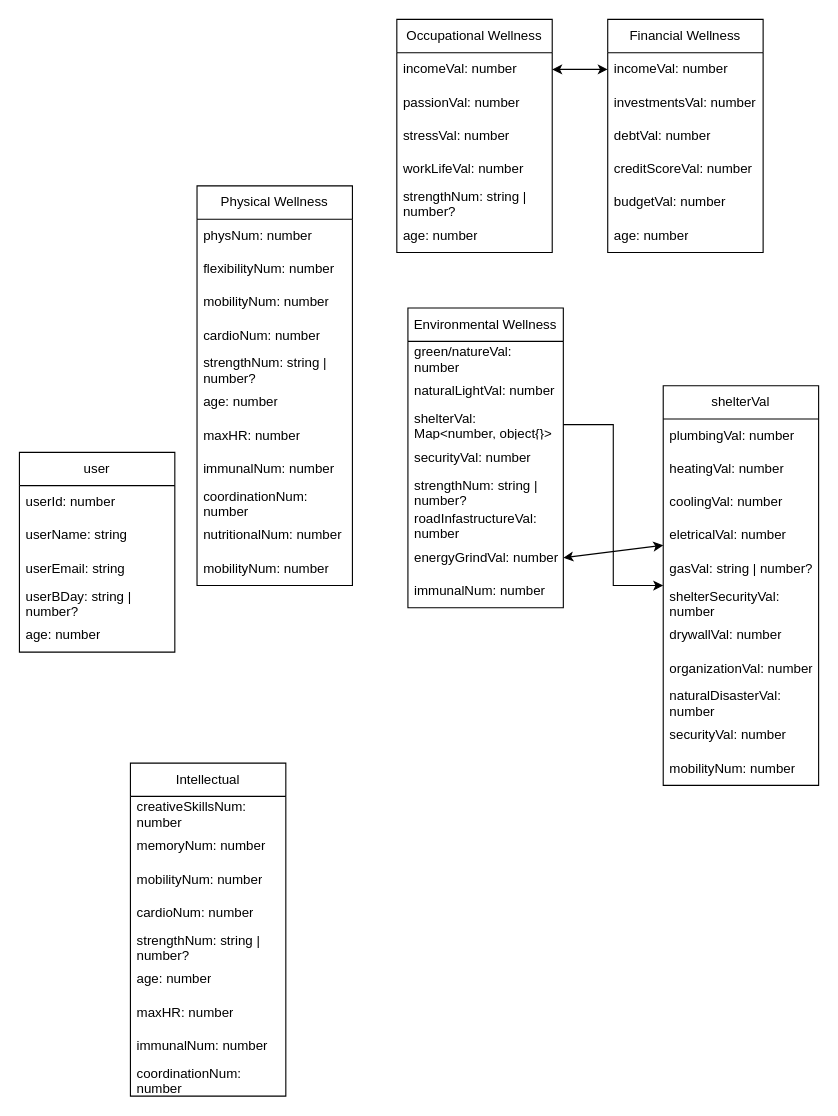
Before: mainDiagram.drawio in Jparl0/Holistic-Health-Handbook, a draw.io diagram. Source tidied: cells renumbered, new cells numbered last; positions are measured from the earlier drawing's top-left corner, leaving out a move shared by most shapes. Both pictures are drawn from the tidied source at 111%, with x=0, y=0 at pixel (19, 19).
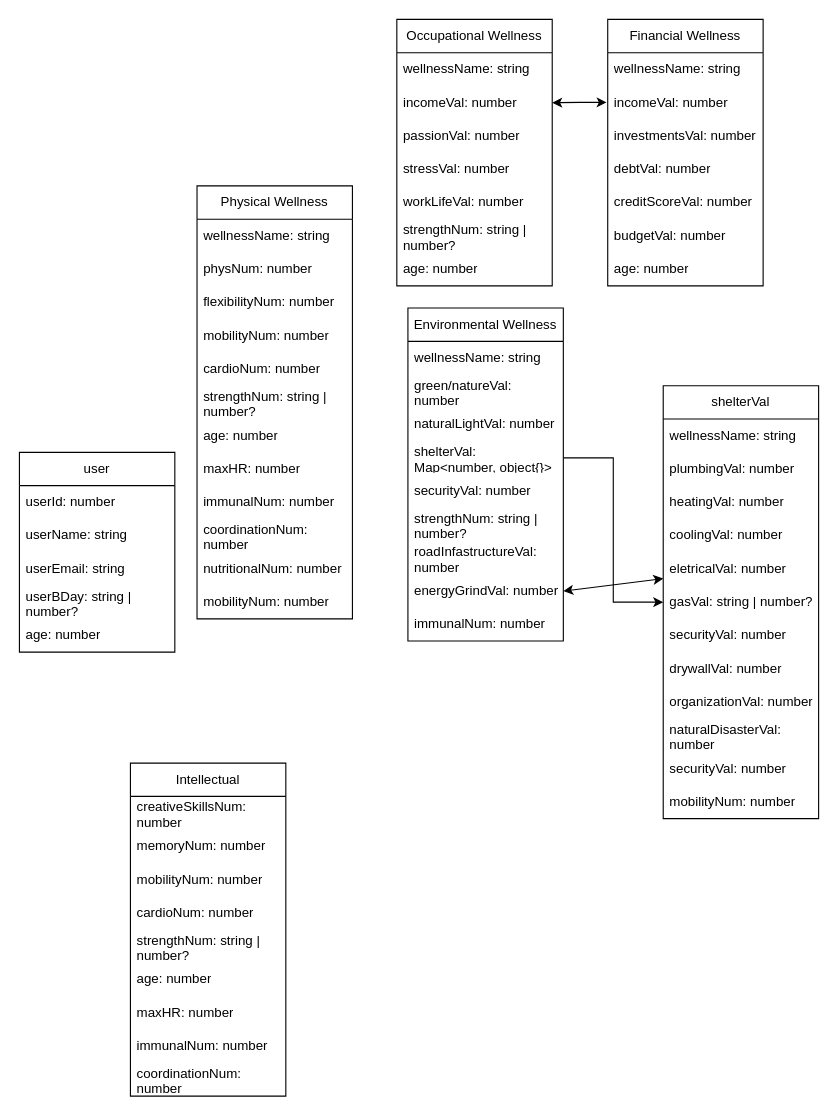
The same diagram, later.

Diff of the diagram source:
```diff
@@
     <mxCell id="8" value="Physical Wellness" style="swimlane;fontStyle=0;horizontal=1;startSize=30;whiteSpace=wrap;html=1;" parent="1" vertex="1">
-      <mxGeometry x="160" y="150" width="140" height="360" as="geometry" />
+      <mxGeometry x="160" y="150" width="140" height="390" as="geometry" />
     </mxCell>
+    <mxCell id="68" value="wellnessName: string" style="text;strokeColor=none;fillColor=none;align=left;verticalAlign=middle;spacingLeft=4;spacingRight=4;overflow=hidden;whiteSpace=wrap;html=1;" parent="8" vertex="1">
+      <mxGeometry y="30" width="140" height="30" as="geometry" />
+    </mxCell>
     <mxCell id="9" value="physNum: number" style="text;strokeColor=none;fillColor=none;align=left;verticalAlign=middle;spacingLeft=4;spacingRight=4;overflow=hidden;whiteSpace=wrap;html=1;" parent="8" vertex="1">
-      <mxGeometry y="30" width="140" height="30" as="geometry" />
+      <mxGeometry y="60" width="140" height="30" as="geometry" />
     </mxCell>
     <mxCell id="10" value="flexibilityNum: number" style="text;strokeColor=none;fillColor=none;align=left;verticalAlign=middle;spacingLeft=4;spacingRight=4;overflow=hidden;whiteSpace=wrap;html=1;" parent="8" vertex="1">
-      <mxGeometry y="60" width="140" height="30" as="geometry" />
+      <mxGeometry y="90" width="140" height="30" as="geometry" />
     </mxCell>
     <mxCell id="11" value="&lt;div&gt;mobilityNum: number&lt;br&gt;&lt;/div&gt;" style="text;strokeColor=none;fillColor=none;align=left;verticalAlign=middle;spacingLeft=4;spacingRight=4;overflow=hidden;whiteSpace=wrap;html=1;" parent="8" vertex="1">
-      <mxGeometry y="90" width="140" height="30" as="geometry" />
+      <mxGeometry y="120" width="140" height="30" as="geometry" />
     </mxCell>
     <mxCell id="12" value="cardioNum: number" style="text;strokeColor=none;fillColor=none;align=left;verticalAlign=middle;spacingLeft=4;spacingRight=4;overflow=hidden;whiteSpace=wrap;html=1;" parent="8" vertex="1">
-      <mxGeometry y="120" width="140" height="30" as="geometry" />
+      <mxGeometry y="150" width="140" height="30" as="geometry" />
     </mxCell>
     <mxCell id="13" value="strengthNum: string | number?" style="text;strokeColor=none;fillColor=none;align=left;verticalAlign=middle;spacingLeft=4;spacingRight=4;overflow=hidden;whiteSpace=wrap;html=1;" parent="8" vertex="1">
-      <mxGeometry y="150" width="140" height="30" as="geometry" />
+      <mxGeometry y="180" width="140" height="30" as="geometry" />
     </mxCell>
     <mxCell id="14" value="age: number" style="text;strokeColor=none;fillColor=none;align=left;verticalAlign=middle;spacingLeft=4;spacingRight=4;overflow=hidden;whiteSpace=wrap;html=1;" parent="8" vertex="1">
-      <mxGeometry y="180" width="140" height="30" as="geometry" />
+      <mxGeometry y="210" width="140" height="30" as="geometry" />
     </mxCell>
     <mxCell id="15" value="maxHR: number" style="text;strokeColor=none;fillColor=none;align=left;verticalAlign=middle;spacingLeft=4;spacingRight=4;overflow=hidden;whiteSpace=wrap;html=1;" parent="8" vertex="1">
-      <mxGeometry y="210" width="140" height="30" as="geometry" />
+      <mxGeometry y="240" width="140" height="30" as="geometry" />
     </mxCell>
     <mxCell id="16" value="immunalNum: number" style="text;strokeColor=none;fillColor=none;align=left;verticalAlign=middle;spacingLeft=4;spacingRight=4;overflow=hidden;whiteSpace=wrap;html=1;" parent="8" vertex="1">
-      <mxGeometry y="240" width="140" height="30" as="geometry" />
+      <mxGeometry y="270" width="140" height="30" as="geometry" />
     </mxCell>
     <mxCell id="17" value="coordinationNum: number" style="text;strokeColor=none;fillColor=none;align=left;verticalAlign=middle;spacingLeft=4;spacingRight=4;overflow=hidden;whiteSpace=wrap;html=1;" parent="8" vertex="1">
-      <mxGeometry y="270" width="140" height="30" as="geometry" />
+      <mxGeometry y="300" width="140" height="30" as="geometry" />
     </mxCell>
     <mxCell id="18" value="nutritionalNum: number" style="text;strokeColor=none;fillColor=none;align=left;verticalAlign=middle;spacingLeft=4;spacingRight=4;overflow=hidden;whiteSpace=wrap;html=1;" parent="8" vertex="1">
-      <mxGeometry y="300" width="140" height="30" as="geometry" />
+      <mxGeometry y="330" width="140" height="30" as="geometry" />
     </mxCell>
     <mxCell id="19" value="&lt;div&gt;mobilityNum: number&lt;br&gt;&lt;/div&gt;" style="text;strokeColor=none;fillColor=none;align=left;verticalAlign=middle;spacingLeft=4;spacingRight=4;overflow=hidden;whiteSpace=wrap;html=1;" parent="8" vertex="1">
-      <mxGeometry y="330" width="140" height="30" as="geometry" />
+      <mxGeometry y="360" width="140" height="30" as="geometry" />
     </mxCell>
@@
     <mxCell id="30" value="Occupational Wellness" style="swimlane;fontStyle=0;horizontal=1;startSize=30;whiteSpace=wrap;html=1;" parent="1" vertex="1">
-      <mxGeometry x="340" width="140" height="210" as="geometry" />
+      <mxGeometry x="340" width="140" height="240" as="geometry" />
     </mxCell>
-    <mxCell id="31" value="incomeVal: number" style="text;strokeColor=none;fillColor=none;align=left;verticalAlign=middle;spacingLeft=4;spacingRight=4;overflow=hidden;points=[[0,0.5],[1,0.5]];portConstraint=eastwest;whiteSpace=wrap;html=1;" parent="30" vertex="1">
+    <mxCell id="31" value="wellnessName: string" style="text;strokeColor=none;fillColor=none;align=left;verticalAlign=middle;spacingLeft=4;spacingRight=4;overflow=hidden;points=[[0,0.5],[1,0.5]];portConstraint=eastwest;whiteSpace=wrap;html=1;" parent="30" vertex="1">
       <mxGeometry y="30" width="140" height="30" as="geometry" />
     </mxCell>
+    <mxCell id="69" value="incomeVal: number" style="text;strokeColor=none;fillColor=none;align=left;verticalAlign=middle;spacingLeft=4;spacingRight=4;overflow=hidden;points=[[0,0.5],[1,0.5]];portConstraint=eastwest;whiteSpace=wrap;html=1;" parent="30" vertex="1">
+      <mxGeometry y="60" width="140" height="30" as="geometry" />
+    </mxCell>
     <mxCell id="32" value="passionVal: number" style="text;strokeColor=none;fillColor=none;align=left;verticalAlign=middle;spacingLeft=4;spacingRight=4;overflow=hidden;whiteSpace=wrap;html=1;" parent="30" vertex="1">
-      <mxGeometry y="60" width="140" height="30" as="geometry" />
+      <mxGeometry y="90" width="140" height="30" as="geometry" />
     </mxCell>
     <mxCell id="33" value="&lt;div&gt;stressVal: number&lt;br&gt;&lt;/div&gt;" style="text;strokeColor=none;fillColor=none;align=left;verticalAlign=middle;spacingLeft=4;spacingRight=4;overflow=hidden;whiteSpace=wrap;html=1;" parent="30" vertex="1">
-      <mxGeometry y="90" width="140" height="30" as="geometry" />
+      <mxGeometry y="120" width="140" height="30" as="geometry" />
     </mxCell>
     <mxCell id="34" value="workLifeVal: number" style="text;strokeColor=none;fillColor=none;align=left;verticalAlign=middle;spacingLeft=4;spacingRight=4;overflow=hidden;whiteSpace=wrap;html=1;" parent="30" vertex="1">
-      <mxGeometry y="120" width="140" height="30" as="geometry" />
+      <mxGeometry y="150" width="140" height="30" as="geometry" />
     </mxCell>
     <mxCell id="35" value="strengthNum: string | number?" style="text;strokeColor=none;fillColor=none;align=left;verticalAlign=middle;spacingLeft=4;spacingRight=4;overflow=hidden;whiteSpace=wrap;html=1;" parent="30" vertex="1">
-      <mxGeometry y="150" width="140" height="30" as="geometry" />
+      <mxGeometry y="180" width="140" height="30" as="geometry" />
     </mxCell>
     <mxCell id="36" value="age: number" style="text;strokeColor=none;fillColor=none;align=left;verticalAlign=middle;spacingLeft=4;spacingRight=4;overflow=hidden;whiteSpace=wrap;html=1;" parent="30" vertex="1">
-      <mxGeometry y="180" width="140" height="30" as="geometry" />
+      <mxGeometry y="210" width="140" height="30" as="geometry" />
     </mxCell>
     <mxCell id="37" value="shelterVal" style="swimlane;fontStyle=0;horizontal=1;startSize=30;whiteSpace=wrap;html=1;" parent="1" vertex="1">
-      <mxGeometry x="580" y="330" width="140" height="360" as="geometry" />
+      <mxGeometry x="580" y="330" width="140" height="390" as="geometry" />
     </mxCell>
-    <mxCell id="38" value="plumbingVal: number" style="text;strokeColor=none;fillColor=none;align=left;verticalAlign=middle;spacingLeft=4;spacingRight=4;overflow=hidden;whiteSpace=wrap;html=1;" parent="37" vertex="1">
+    <mxCell id="38" value="wellnessName: string" style="text;strokeColor=none;fillColor=none;align=left;verticalAlign=middle;spacingLeft=4;spacingRight=4;overflow=hidden;whiteSpace=wrap;html=1;" parent="37" vertex="1">
       <mxGeometry y="30" width="140" height="30" as="geometry" />
     </mxCell>
+    <mxCell id="70" value="plumbingVal: number" style="text;strokeColor=none;fillColor=none;align=left;verticalAlign=middle;spacingLeft=4;spacingRight=4;overflow=hidden;whiteSpace=wrap;html=1;" parent="37" vertex="1">
+      <mxGeometry y="60" width="140" height="30" as="geometry" />
+    </mxCell>
     <mxCell id="39" value="heatingVal: number" style="text;strokeColor=none;fillColor=none;align=left;verticalAlign=middle;spacingLeft=4;spacingRight=4;overflow=hidden;whiteSpace=wrap;html=1;" parent="37" vertex="1">
-      <mxGeometry y="60" width="140" height="30" as="geometry" />
+      <mxGeometry y="90" width="140" height="30" as="geometry" />
     </mxCell>
     <mxCell id="40" value="&lt;div&gt;coolingVal: number&lt;br&gt;&lt;/div&gt;" style="text;strokeColor=none;fillColor=none;align=left;verticalAlign=middle;spacingLeft=4;spacingRight=4;overflow=hidden;whiteSpace=wrap;html=1;" parent="37" vertex="1">
-      <mxGeometry y="90" width="140" height="30" as="geometry" />
+      <mxGeometry y="120" width="140" height="30" as="geometry" />
     </mxCell>
     <mxCell id="41" value="eletricalVal: number" style="text;strokeColor=none;fillColor=none;align=left;verticalAlign=middle;spacingLeft=4;spacingRight=4;overflow=hidden;points=[[0,0.5],[1,0.5]];portConstraint=eastwest;whiteSpace=wrap;html=1;" parent="37" vertex="1">
-      <mxGeometry y="120" width="140" height="30" as="geometry" />
+      <mxGeometry y="150" width="140" height="30" as="geometry" />
     </mxCell>
     <mxCell id="42" value="gasVal: string | number?" style="text;strokeColor=none;fillColor=none;align=left;verticalAlign=middle;spacingLeft=4;spacingRight=4;overflow=hidden;whiteSpace=wrap;html=1;" parent="37" vertex="1">
-      <mxGeometry y="150" width="140" height="30" as="geometry" />
+      <mxGeometry y="180" width="140" height="30" as="geometry" />
     </mxCell>
-    <mxCell id="43" value="shelterSecurityVal: number" style="text;strokeColor=none;fillColor=none;align=left;verticalAlign=middle;spacingLeft=4;spacingRight=4;overflow=hidden;whiteSpace=wrap;html=1;" parent="37" vertex="1">
-      <mxGeometry y="180" width="140" height="30" as="geometry" />
+    <mxCell id="43" value="securityVal: number" style="text;strokeColor=none;fillColor=none;align=left;verticalAlign=middle;spacingLeft=4;spacingRight=4;overflow=hidden;whiteSpace=wrap;html=1;" parent="37" vertex="1">
+      <mxGeometry y="210" width="140" height="30" as="geometry" />
     </mxCell>
     <mxCell id="44" value="drywallVal: number" style="text;strokeColor=none;fillColor=none;align=left;verticalAlign=middle;spacingLeft=4;spacingRight=4;overflow=hidden;whiteSpace=wrap;html=1;" parent="37" vertex="1">
-      <mxGeometry y="210" width="140" height="30" as="geometry" />
+      <mxGeometry y="240" width="140" height="30" as="geometry" />
     </mxCell>
     <mxCell id="45" value="organizationVal: number" style="text;strokeColor=none;fillColor=none;align=left;verticalAlign=middle;spacingLeft=4;spacingRight=4;overflow=hidden;whiteSpace=wrap;html=1;" parent="37" vertex="1">
-      <mxGeometry y="240" width="140" height="30" as="geometry" />
+      <mxGeometry y="270" width="140" height="30" as="geometry" />
     </mxCell>
     <mxCell id="46" value="naturalDisasterVal: number" style="text;strokeColor=none;fillColor=none;align=left;verticalAlign=middle;spacingLeft=4;spacingRight=4;overflow=hidden;whiteSpace=wrap;html=1;" parent="37" vertex="1">
-      <mxGeometry y="270" width="140" height="30" as="geometry" />
+      <mxGeometry y="300" width="140" height="30" as="geometry" />
     </mxCell>
     <mxCell id="47" value="securityVal: number" style="text;strokeColor=none;fillColor=none;align=left;verticalAlign=middle;spacingLeft=4;spacingRight=4;overflow=hidden;whiteSpace=wrap;html=1;" parent="37" vertex="1">
-      <mxGeometry y="300" width="140" height="30" as="geometry" />
+      <mxGeometry y="330" width="140" height="30" as="geometry" />
     </mxCell>
     <mxCell id="48" value="&lt;div&gt;mobilityNum: number&lt;br&gt;&lt;/div&gt;" style="text;strokeColor=none;fillColor=none;align=left;verticalAlign=middle;spacingLeft=4;spacingRight=4;overflow=hidden;whiteSpace=wrap;html=1;" parent="37" vertex="1">
-      <mxGeometry y="330" width="140" height="30" as="geometry" />
+      <mxGeometry y="360" width="140" height="30" as="geometry" />
     </mxCell>
     <mxCell id="49" value="Environmental Wellness" style="swimlane;fontStyle=0;horizontal=1;startSize=30;whiteSpace=wrap;html=1;" parent="1" vertex="1">
-      <mxGeometry x="350" y="260" width="140" height="270" as="geometry" />
+      <mxGeometry x="350" y="260" width="140" height="300" as="geometry" />
     </mxCell>
-    <mxCell id="50" value="green/natureVal: number" style="text;strokeColor=none;fillColor=none;align=left;verticalAlign=middle;spacingLeft=4;spacingRight=4;overflow=hidden;whiteSpace=wrap;html=1;" parent="49" vertex="1">
+    <mxCell id="50" value="wellnessName: string" style="text;strokeColor=none;fillColor=none;align=left;verticalAlign=middle;spacingLeft=4;spacingRight=4;overflow=hidden;whiteSpace=wrap;html=1;" parent="49" vertex="1">
       <mxGeometry y="30" width="140" height="30" as="geometry" />
     </mxCell>
+    <mxCell id="71" value="green/natureVal: number" style="text;strokeColor=none;fillColor=none;align=left;verticalAlign=middle;spacingLeft=4;spacingRight=4;overflow=hidden;whiteSpace=wrap;html=1;" parent="49" vertex="1">
+      <mxGeometry y="60" width="140" height="30" as="geometry" />
+    </mxCell>
     <mxCell id="51" value="naturalLightVal: number" style="text;strokeColor=none;fillColor=none;align=left;verticalAlign=middle;spacingLeft=4;spacingRight=4;overflow=hidden;whiteSpace=wrap;html=1;" parent="49" vertex="1">
-      <mxGeometry y="60" width="140" height="30" as="geometry" />
+      <mxGeometry y="90" width="140" height="30" as="geometry" />
     </mxCell>
     <mxCell id="52" value="&lt;div&gt;shelterVal: Map&amp;lt;number, object{}&amp;gt;&lt;br&gt;&lt;/div&gt;" style="text;strokeColor=none;fillColor=none;align=left;verticalAlign=middle;spacingLeft=4;spacingRight=4;overflow=hidden;points=[[0,0.5],[1,0.5]];portConstraint=eastwest;whiteSpace=wrap;html=1;" parent="49" vertex="1">
-      <mxGeometry y="90" width="140" height="30" as="geometry" />
+      <mxGeometry y="120" width="140" height="30" as="geometry" />
     </mxCell>
     <mxCell id="53" value="securityVal: number" style="text;strokeColor=none;fillColor=none;align=left;verticalAlign=middle;spacingLeft=4;spacingRight=4;overflow=hidden;whiteSpace=wrap;html=1;" parent="49" vertex="1">
-      <mxGeometry y="120" width="140" height="30" as="geometry" />
+      <mxGeometry y="150" width="140" height="30" as="geometry" />
     </mxCell>
     <mxCell id="54" value="strengthNum: string | number?" style="text;strokeColor=none;fillColor=none;align=left;verticalAlign=middle;spacingLeft=4;spacingRight=4;overflow=hidden;whiteSpace=wrap;html=1;" parent="49" vertex="1">
-      <mxGeometry y="150" width="140" height="30" as="geometry" />
+      <mxGeometry y="180" width="140" height="30" as="geometry" />
     </mxCell>
     <mxCell id="55" value="roadInfastructureVal: number" style="text;strokeColor=none;fillColor=none;align=left;verticalAlign=middle;spacingLeft=4;spacingRight=4;overflow=hidden;whiteSpace=wrap;html=1;" parent="49" vertex="1">
-      <mxGeometry y="180" width="140" height="30" as="geometry" />
+      <mxGeometry y="210" width="140" height="30" as="geometry" />
     </mxCell>
     <mxCell id="56" value="energyGrindVal: number" style="text;strokeColor=none;fillColor=none;align=left;verticalAlign=middle;spacingLeft=4;spacingRight=4;overflow=hidden;points=[[0,0.5],[1,0.5]];portConstraint=eastwest;whiteSpace=wrap;html=1;" parent="49" vertex="1">
-      <mxGeometry y="210" width="140" height="30" as="geometry" />
+      <mxGeometry y="240" width="140" height="30" as="geometry" />
     </mxCell>
     <mxCell id="57" value="immunalNum: number" style="text;strokeColor=none;fillColor=none;align=left;verticalAlign=middle;spacingLeft=4;spacingRight=4;overflow=hidden;whiteSpace=wrap;html=1;" parent="49" vertex="1">
-      <mxGeometry y="240" width="140" height="30" as="geometry" />
+      <mxGeometry y="270" width="140" height="30" as="geometry" />
     </mxCell>
@@
     <mxCell id="60" value="Financial Wellness" style="swimlane;fontStyle=0;horizontal=1;startSize=30;whiteSpace=wrap;html=1;" parent="1" vertex="1">
-      <mxGeometry x="530" width="140" height="210" as="geometry" />
+      <mxGeometry x="530" width="140" height="240" as="geometry" />
     </mxCell>
-    <mxCell id="61" value="incomeVal: number" style="text;strokeColor=none;fillColor=none;align=left;verticalAlign=middle;spacingLeft=4;spacingRight=4;overflow=hidden;points=[[0,0.5],[1,0.5]];portConstraint=eastwest;whiteSpace=wrap;html=1;" parent="60" vertex="1">
+    <mxCell id="61" value="wellnessName: string" style="text;strokeColor=none;fillColor=none;align=left;verticalAlign=middle;spacingLeft=4;spacingRight=4;overflow=hidden;points=[[0,0.5],[1,0.5]];portConstraint=eastwest;whiteSpace=wrap;html=1;" parent="60" vertex="1">
       <mxGeometry y="30" width="140" height="30" as="geometry" />
     </mxCell>
+    <mxCell id="72" value="incomeVal: number" style="text;strokeColor=none;fillColor=none;align=left;verticalAlign=middle;spacingLeft=4;spacingRight=4;overflow=hidden;points=[[0,0.5],[1,0.5]];portConstraint=eastwest;whiteSpace=wrap;html=1;" parent="60" vertex="1">
+      <mxGeometry y="60" width="140" height="30" as="geometry" />
+    </mxCell>
     <mxCell id="62" value="investmentsVal: number" style="text;strokeColor=none;fillColor=none;align=left;verticalAlign=middle;spacingLeft=4;spacingRight=4;overflow=hidden;whiteSpace=wrap;html=1;" parent="60" vertex="1">
-      <mxGeometry y="60" width="140" height="30" as="geometry" />
+      <mxGeometry y="90" width="140" height="30" as="geometry" />
     </mxCell>
     <mxCell id="63" value="&lt;div&gt;debtVal: number&lt;br&gt;&lt;/div&gt;" style="text;strokeColor=none;fillColor=none;align=left;verticalAlign=middle;spacingLeft=4;spacingRight=4;overflow=hidden;whiteSpace=wrap;html=1;" parent="60" vertex="1">
-      <mxGeometry y="90" width="140" height="30" as="geometry" />
+      <mxGeometry y="120" width="140" height="30" as="geometry" />
     </mxCell>
     <mxCell id="64" value="creditScoreVal: number" style="text;strokeColor=none;fillColor=none;align=left;verticalAlign=middle;spacingLeft=4;spacingRight=4;overflow=hidden;whiteSpace=wrap;html=1;" parent="60" vertex="1">
-      <mxGeometry y="120" width="140" height="30" as="geometry" />
+      <mxGeometry y="150" width="140" height="30" as="geometry" />
     </mxCell>
     <mxCell id="65" value="budgetVal: number" style="text;strokeColor=none;fillColor=none;align=left;verticalAlign=middle;spacingLeft=4;spacingRight=4;overflow=hidden;whiteSpace=wrap;html=1;" parent="60" vertex="1">
-      <mxGeometry y="150" width="140" height="30" as="geometry" />
+      <mxGeometry y="180" width="140" height="30" as="geometry" />
     </mxCell>
     <mxCell id="66" value="age: number" style="text;strokeColor=none;fillColor=none;align=left;verticalAlign=middle;spacingLeft=4;spacingRight=4;overflow=hidden;whiteSpace=wrap;html=1;" parent="60" vertex="1">
-      <mxGeometry y="180" width="140" height="30" as="geometry" />
+      <mxGeometry y="210" width="140" height="30" as="geometry" />
     </mxCell>
-    <mxCell id="67" style="edgeStyle=orthogonalEdgeStyle;rounded=0;jettySize=auto;html=1;exitX=0;exitY=0.5;exitDx=0;exitDy=0;entryX=1;entryY=0.5;entryDx=0;entryDy=0;startArrow=classic;startFill=1;" parent="1" edge="1" source="61" target="31">
+    <mxCell id="67" style="edgeStyle=orthogonalEdgeStyle;rounded=0;jettySize=auto;html=1;exitX=-0.007;exitY=0.491;exitDx=0;exitDy=0;entryX=1;entryY=0.5;entryDx=0;entryDy=0;startArrow=classic;startFill=1;exitPerimeter=0;" parent="1" edge="1" source="72" target="69">
       <mxGeometry relative="1" as="geometry" />
     </mxCell>
```
